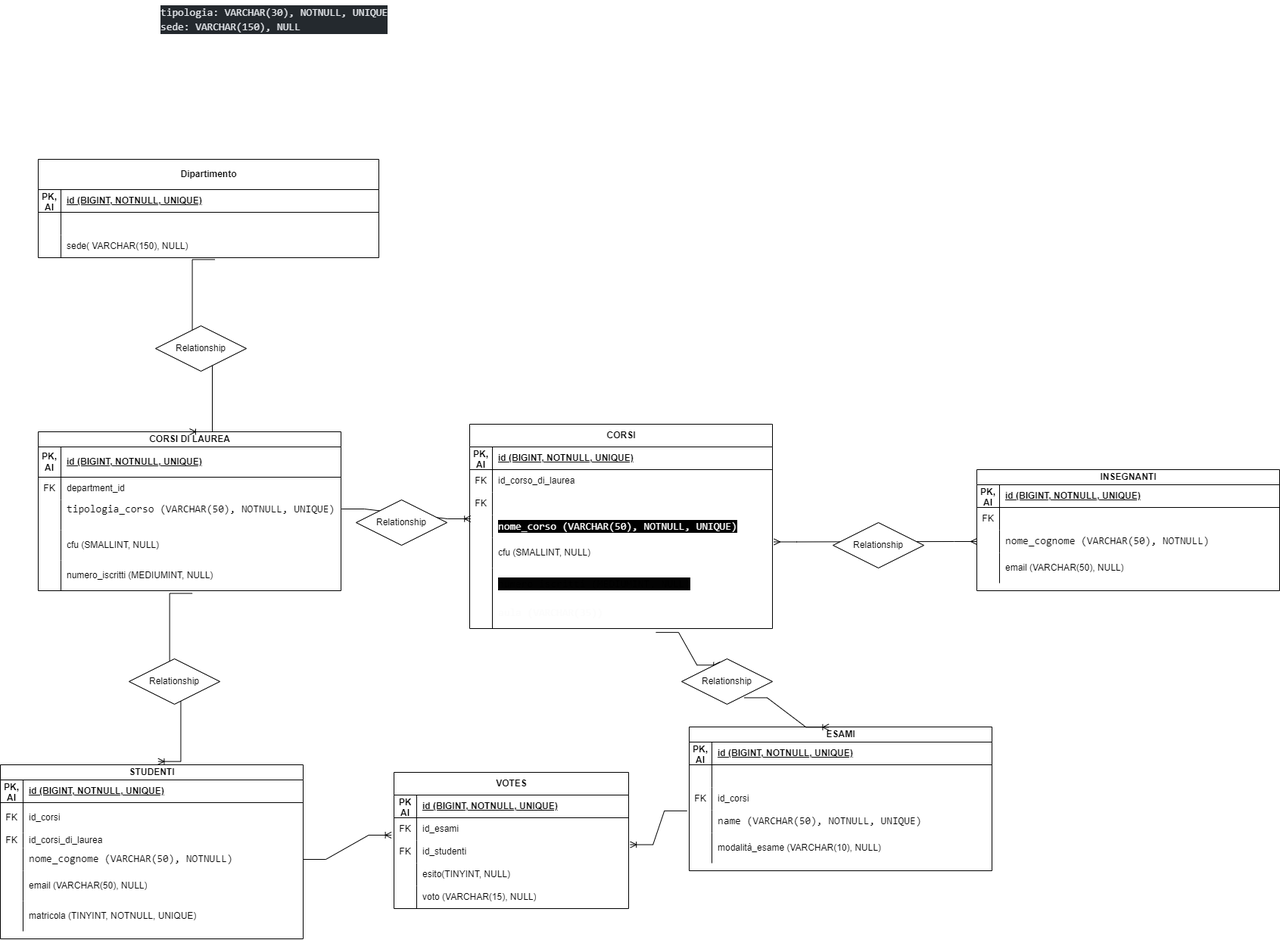
Before: Diagramma senza titolo.drawio.png, a diagram exported from draw.io (ElisaBoscani/db-university). Source tidied: cells renumbered, new cells last; positions are measured from the earlier drawing's top-left corner, leaving out a move shared by most shapes.
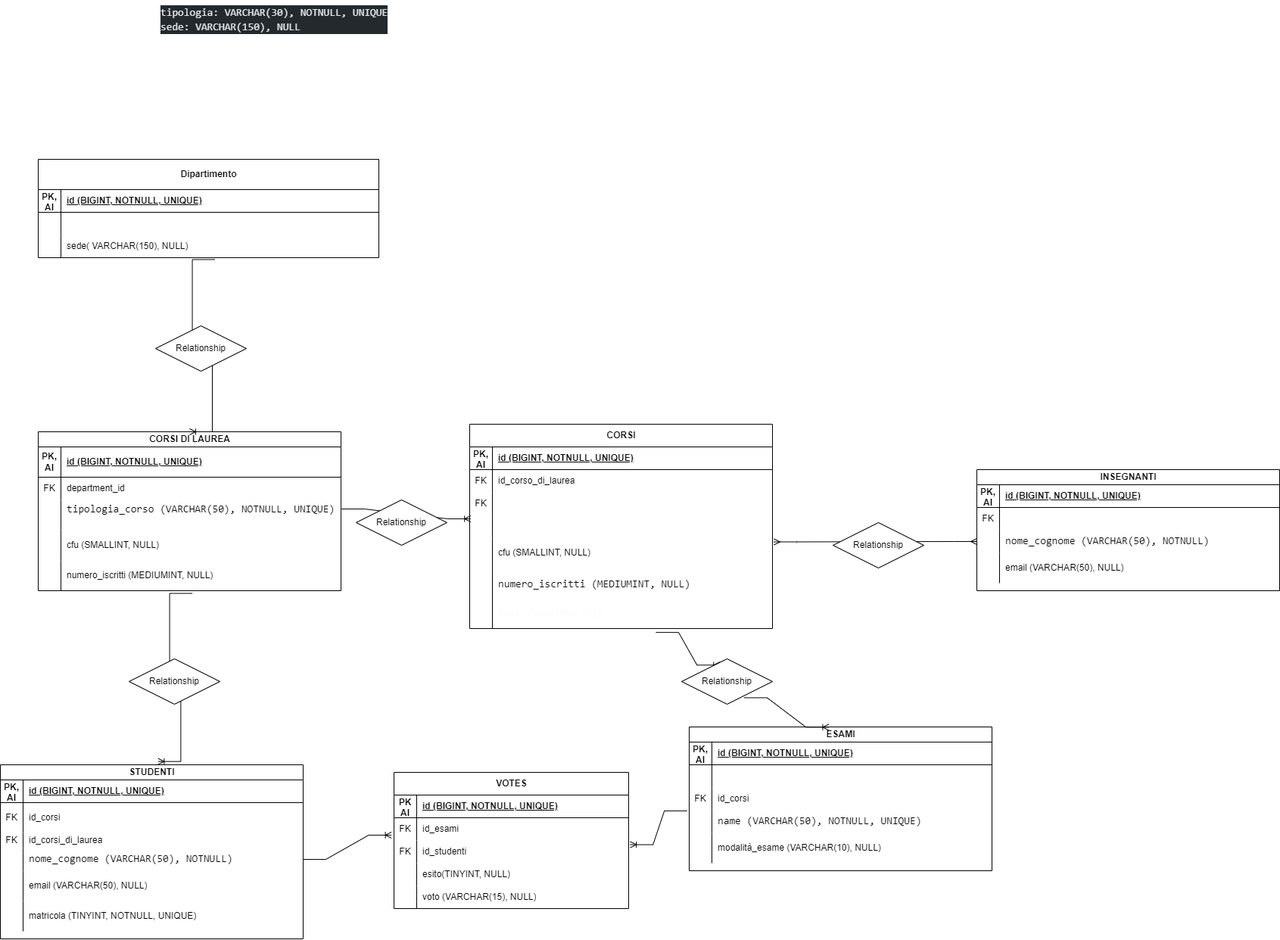
After the change.

The edit, as a diff of the source:
```diff
@@ -65,13 +65,13 @@
     <mxCell id="22" style="shape=partialRectangle;fillColor=none;top=0;left=0;bottom=0;right=0;align=left;spacingLeft=6;overflow=hidden;whiteSpace=wrap;html=1;" parent="20" vertex="1">
       <mxGeometry x="30" width="370" height="30" as="geometry" />
     </mxCell>
-    <mxCell id="23" style="shape=tableRow;horizontal=0;startSize=0;swimlaneHead=0;swimlaneBody=0;fillColor=none;points=[[0,0.5],[1,0.5]];portConstraint=eastwest;top=0;left=0;right=0;bottom=0;" parent="13" vertex="1">
+    <mxCell id="23" style="shape=tableRow;horizontal=0;startSize=0;swimlaneHead=0;swimlaneBody=0;fillColor=none;points=[[0,0.5],[1,0.5]];portConstraint=eastwest;top=0;left=0;right=0;bottom=0;labelBackgroundColor=none;" parent="13" vertex="1">
       <mxGeometry y="120" width="400" height="30" as="geometry" />
     </mxCell>
     <mxCell id="24" style="shape=partialRectangle;fillColor=none;top=0;left=0;bottom=0;right=0;overflow=hidden;whiteSpace=wrap;html=1;" parent="23" vertex="1">
       <mxGeometry width="30" height="30" as="geometry" />
     </mxCell>
-    <mxCell id="25" value="&lt;div style=&quot;border-color: var(--border-color); font-family: Consolas, &amp;quot;Courier New&amp;quot;, monospace; font-size: 14px;&quot;&gt;&lt;div style=&quot;line-height: 19px;&quot;&gt;&lt;font color=&quot;#ffffff&quot; style=&quot;background-color: rgb(0, 0, 0);&quot;&gt;nome_corso (VARCHAR(50), NOTNULL, UNIQUE)&lt;/font&gt;&lt;/div&gt;&lt;/div&gt;" style="shape=partialRectangle;fillColor=none;top=0;left=0;bottom=0;right=0;align=left;spacingLeft=6;overflow=hidden;whiteSpace=wrap;html=1;" parent="23" vertex="1">
+    <mxCell id="25" value="&lt;div style=&quot;border-color: var(--border-color); font-family: Consolas, &amp;quot;Courier New&amp;quot;, monospace; font-size: 14px;&quot;&gt;&lt;div style=&quot;line-height: 19px;&quot;&gt;&lt;font color=&quot;#ffffff&quot; style=&quot;&quot;&gt;nome_corso (VARCHAR(50), NOTNULL, UNIQUE)&lt;/font&gt;&lt;/div&gt;&lt;/div&gt;" style="shape=partialRectangle;fillColor=none;top=0;left=0;bottom=0;right=0;align=left;spacingLeft=6;overflow=hidden;whiteSpace=wrap;html=1;" parent="23" vertex="1">
       <mxGeometry x="30" width="370" height="30" as="geometry" />
     </mxCell>
     <mxCell id="26" style="shape=tableRow;horizontal=0;startSize=0;swimlaneHead=0;swimlaneBody=0;fillColor=none;points=[[0,0.5],[1,0.5]];portConstraint=eastwest;top=0;left=0;right=0;bottom=0;" parent="13" vertex="1">
@@ -89,7 +89,7 @@
     <mxCell id="30" style="shape=partialRectangle;fillColor=none;top=0;left=0;bottom=0;right=0;overflow=hidden;whiteSpace=wrap;html=1;" parent="29" vertex="1">
       <mxGeometry width="30" height="80" as="geometry" />
     </mxCell>
-    <mxCell id="31" value="&lt;div style=&quot;font-family: Consolas, &amp;quot;Courier New&amp;quot;, monospace; font-size: 14px; line-height: 19px;&quot;&gt;&lt;div style=&quot;&quot;&gt;&lt;font style=&quot;background-color: rgb(3, 3, 3);&quot;&gt;numero_iscritti (MEDIUMINT, NULL)&lt;/font&gt;&lt;/div&gt;&lt;div style=&quot;&quot;&gt;&lt;span style=&quot;background-color: rgb(255, 255, 255);&quot;&gt;&lt;br&gt;&lt;/span&gt;&lt;/div&gt;&lt;div style=&quot;&quot;&gt;&lt;font color=&quot;#fcfcfc&quot;&gt;aula (VARCHAR(35))&lt;/font&gt;&lt;/div&gt;&lt;/div&gt;" style="shape=partialRectangle;fillColor=none;top=0;left=0;bottom=0;right=0;align=left;spacingLeft=6;overflow=hidden;whiteSpace=wrap;html=1;" parent="29" vertex="1">
+    <mxCell id="31" value="&lt;div style=&quot;font-family: Consolas, &amp;quot;Courier New&amp;quot;, monospace; font-size: 14px; line-height: 19px;&quot;&gt;&lt;div style=&quot;&quot;&gt;&lt;font style=&quot;&quot;&gt;numero_iscritti (MEDIUMINT, NULL)&lt;/font&gt;&lt;/div&gt;&lt;div style=&quot;&quot;&gt;&lt;br&gt;&lt;/div&gt;&lt;div style=&quot;&quot;&gt;&lt;font color=&quot;#fcfcfc&quot;&gt;aula (VARCHAR(35))&lt;/font&gt;&lt;/div&gt;&lt;/div&gt;" style="shape=partialRectangle;fillColor=none;top=0;left=0;bottom=0;right=0;align=left;spacingLeft=6;overflow=hidden;whiteSpace=wrap;html=1;" parent="29" vertex="1">
       <mxGeometry x="30" width="370" height="80" as="geometry" />
     </mxCell>
     <mxCell id="32" value="CORSI DI LAUREA" style="shape=table;startSize=20;rowLines=0;fontStyle=1;align=center;html=1;" parent="1" vertex="1">
```
